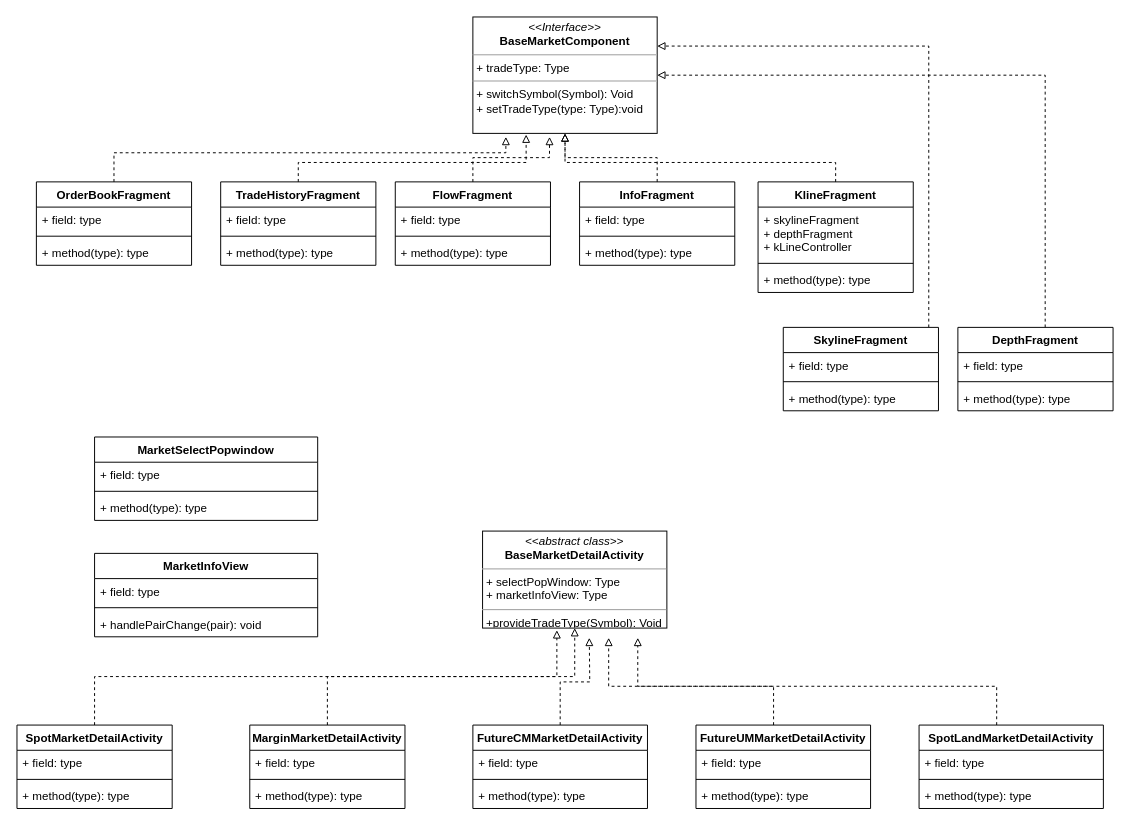
Above: Untitled Diagram.drawio in zakiso/diagrams (draw.io), before the change. Source tidied: cells renumbered, new cells numbered last; positions are measured from the earlier drawing's top-left corner, leaving out a move shared by most shapes. Both pictures are drawn from the tidied source at 97%, with x=0, y=0 at pixel (16, 16).
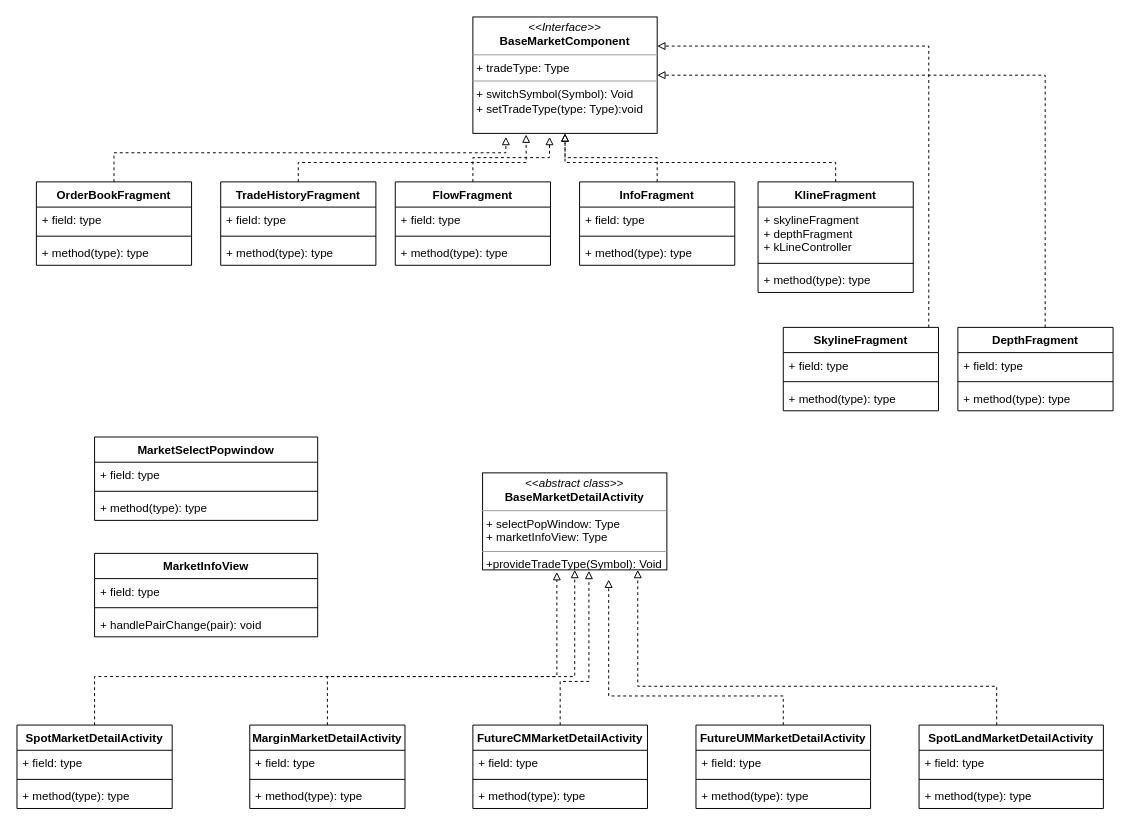
After the change.

The change refers to these unchanged cells:
```xml
<mxCell id="45" value="SpotLandMarketDetailActivity" style="swimlane;fontStyle=1;align=center;verticalAlign=top;horizontal=1;startSize=26;" parent="1" vertex="1">
  <mxGeometry x="930" y="730" width="190" height="86" as="geometry" />
</mxCell>
<mxCell id="50" value="FutureUMMarketDetailActivity" style="swimlane;fontStyle=1;align=center;verticalAlign=top;horizontal=1;startSize=26;" parent="1" vertex="1">
  <mxGeometry x="700" y="730" width="180" height="86" as="geometry" />
</mxCell>
<mxCell id="60" value="FutureCMMarketDetailActivity" style="swimlane;fontStyle=1;align=center;verticalAlign=top;horizontal=1;startSize=26;" parent="1" vertex="1">
  <mxGeometry x="470" y="730" width="180" height="86" as="geometry" />
</mxCell>
```

Diff of the diagram source:
```diff
@@
     <mxCell id="38" value="&lt;p style=&quot;margin: 0px ; margin-top: 4px ; text-align: center&quot;&gt;&lt;i&gt;&amp;lt;&amp;lt;abstract class&amp;gt;&amp;gt;&lt;/i&gt;&lt;br&gt;&lt;b&gt;BaseMarketDetailActivity&lt;/b&gt;&lt;br&gt;&lt;/p&gt;&lt;hr size=&quot;1&quot;&gt;&lt;p style=&quot;margin: 0px ; margin-left: 4px&quot;&gt;+ selectPopWindow: Type&lt;br&gt;&lt;/p&gt;&lt;p style=&quot;margin: 0px ; margin-left: 4px&quot;&gt;+ marketInfoView: Type&lt;/p&gt;&lt;hr size=&quot;1&quot;&gt;&lt;p style=&quot;margin: 0px ; margin-left: 4px&quot;&gt;+provideTradeType(Symbol): Void&lt;/p&gt;" style="verticalAlign=top;align=left;overflow=fill;fontSize=12;fontFamily=Helvetica;html=1;" parent="1" vertex="1">
-      <mxGeometry x="480" y="530" width="190" height="100" as="geometry" />
+      <mxGeometry x="480" y="470" width="190" height="100" as="geometry" />
     </mxCell>
@@
-    <mxCell id="44" style="edgeStyle=orthogonalEdgeStyle;rounded=0;jettySize=auto;html=1;dashed=1;endArrow=block;endFill=0;" parent="1" edge="1" source="45">
+    <mxCell id="44" style="edgeStyle=orthogonalEdgeStyle;rounded=0;jettySize=auto;html=1;dashed=1;endArrow=block;endFill=0;entryX=0.842;entryY=1;entryDx=0;entryDy=0;entryPerimeter=0;" parent="1" edge="1" source="45" target="38">
       <mxGeometry relative="1" as="geometry">
-        <mxPoint x="640" y="640" as="targetPoint" />
         <Array as="points">
           <mxPoint x="1010" y="690" />
           <mxPoint x="640" y="690" />
         </Array>
       </mxGeometry>
     </mxCell>
@@
-    <mxCell id="49" style="edgeStyle=orthogonalEdgeStyle;rounded=0;jettySize=auto;html=1;dashed=1;endArrow=block;endFill=0;" parent="1" edge="1" source="50">
-      <mxGeometry relative="1" as="geometry">
-        <mxPoint x="610" y="640" as="targetPoint" />
-        <Array as="points">
-          <mxPoint x="780" y="690" />
-          <mxPoint x="610" y="690" />
-        </Array>
-      </mxGeometry>
-    </mxCell>
+    <mxCell id="72" style="edgeStyle=orthogonalEdgeStyle;rounded=0;jettySize=auto;html=1;dashed=1;endArrow=block;endFill=0;" parent="1" edge="1" source="50">
+      <mxGeometry relative="1" as="geometry">
+        <mxPoint x="610" y="580" as="targetPoint" />
+        <Array as="points">
+          <mxPoint x="790" y="700" />
+          <mxPoint x="610" y="700" />
+        </Array>
+      </mxGeometry>
+    </mxCell>
@@
-    <mxCell id="59" style="edgeStyle=orthogonalEdgeStyle;rounded=0;jettySize=auto;html=1;dashed=1;endArrow=block;endFill=0;" parent="1" edge="1" source="60">
+    <mxCell id="59" style="edgeStyle=orthogonalEdgeStyle;rounded=0;jettySize=auto;html=1;dashed=1;endArrow=block;endFill=0;entryX=0.577;entryY=1.01;entryDx=0;entryDy=0;entryPerimeter=0;" parent="1" edge="1" source="60" target="38">
       <mxGeometry relative="1" as="geometry">
-        <mxPoint x="590" y="640" as="targetPoint" />
+        <Array as="points">
+          <mxPoint x="560" y="685" />
+          <mxPoint x="590" y="685" />
+        </Array>
       </mxGeometry>
     </mxCell>
```
